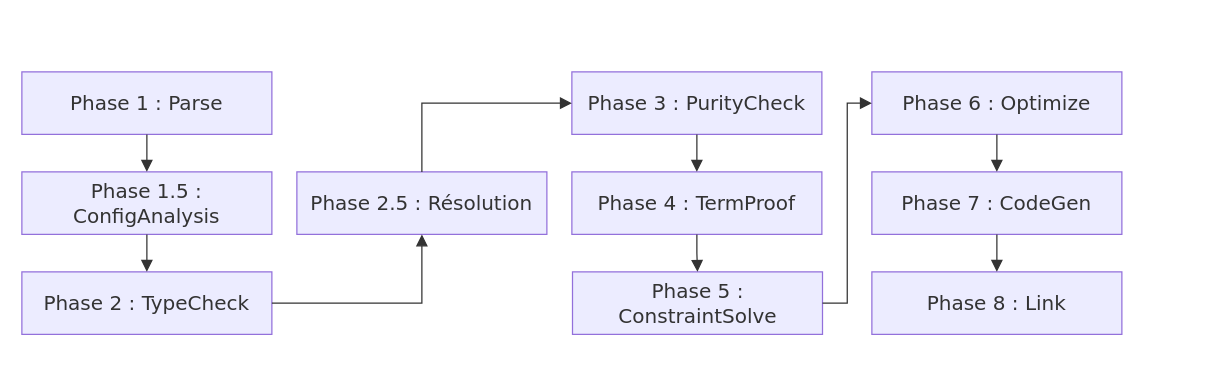
Above: spec/figures/sources/compilation-process.drawio in AntheaLiles/k7pl (draw.io), before the change. Source tidied: cells renumbered, new cells numbered last; positions are measured from the earlier drawing's top-left corner, leaving out a move shared by most shapes. Both pictures are drawn from the tidied source at 125%, with x=0, y=0 at pixel (21, 21).
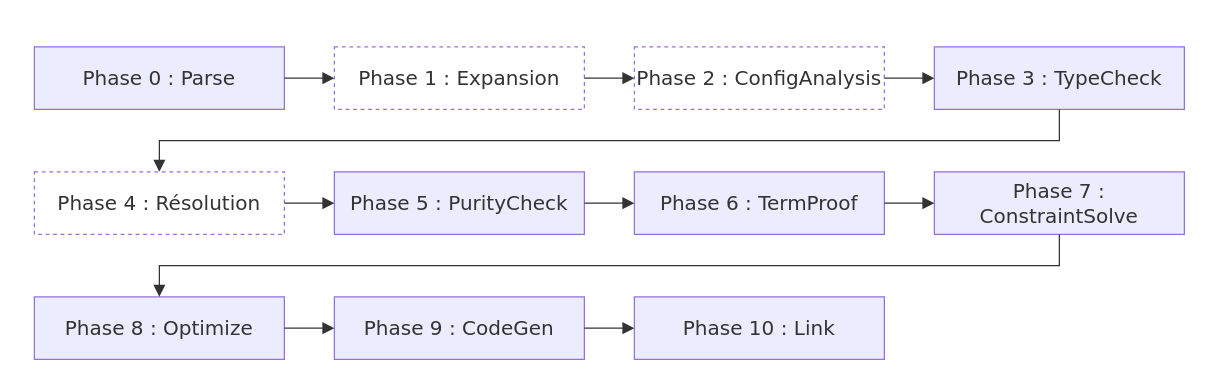
The same page after the edit.

The edit, as a diff of the source:
```diff
@@
-    <mxCell id="2" style="group;transparentBounds=1;editIcon=1;lockedGroup=0;groupPadding=10;" parent="1" vertex="1">
-      <mxGeometry width="210" height="220" as="geometry" />
-    </mxCell>
-    <mxCell id="3" value="Phase 1 : Parse" style="html=1;whiteSpace=wrap;strokeWidth=1;fillColor=light-dark(#ECECFF,#1f2020);strokeColor=light-dark(#9370DB,#cccccc);fontColor=light-dark(#333333,#cccccc);fontFamily=Trebuchet MS,Verdana,Arial,sans-serif;fontSize=16;" parent="2" vertex="1">
-      <mxGeometry y="40" width="200" height="50" as="geometry" />
-    </mxCell>
-    <mxCell id="4" value="Phase 1.5 : ConfigAnalysis" style="html=1;whiteSpace=wrap;strokeWidth=1;fillColor=light-dark(#ECECFF,#1f2020);strokeColor=light-dark(#9370DB,#cccccc);fontColor=light-dark(#333333,#cccccc);fontFamily=Trebuchet MS,Verdana,Arial,sans-serif;fontSize=16;" parent="2" vertex="1">
-      <mxGeometry y="120" width="200" height="50" as="geometry" />
-    </mxCell>
-    <mxCell id="5" value="Phase 2 : TypeCheck" style="html=1;whiteSpace=wrap;strokeWidth=1;fillColor=light-dark(#ECECFF,#1f2020);strokeColor=light-dark(#9370DB,#cccccc);fontColor=light-dark(#333333,#cccccc);fontFamily=Trebuchet MS,Verdana,Arial,sans-serif;fontSize=16;" parent="2" vertex="1">
-      <mxGeometry y="200" width="200" height="50" as="geometry" />
-    </mxCell>
-    <mxCell id="6" value="Phase 2.5 : Résolution" style="html=1;whiteSpace=wrap;strokeWidth=1;fillColor=light-dark(#ECECFF,#1f2020);strokeColor=light-dark(#9370DB,#cccccc);fontColor=light-dark(#333333,#cccccc);fontFamily=Trebuchet MS,Verdana,Arial,sans-serif;fontSize=16;" parent="2" vertex="1">
-      <mxGeometry x="220" y="120" width="200" height="50" as="geometry" />
-    </mxCell>
-    <mxCell id="7" value="Phase 3 : PurityCheck" style="html=1;whiteSpace=wrap;strokeWidth=1;fillColor=light-dark(#ECECFF,#1f2020);strokeColor=light-dark(#9370DB,#cccccc);fontColor=light-dark(#333333,#cccccc);fontFamily=Trebuchet MS,Verdana,Arial,sans-serif;fontSize=16;" parent="2" vertex="1">
-      <mxGeometry x="440" y="40" width="200" height="50" as="geometry" />
-    </mxCell>
-    <mxCell id="8" value="Phase 4 : TermProof" style="html=1;whiteSpace=wrap;strokeWidth=1;fillColor=light-dark(#ECECFF,#1f2020);strokeColor=light-dark(#9370DB,#cccccc);fontColor=light-dark(#333333,#cccccc);fontFamily=Trebuchet MS,Verdana,Arial,sans-serif;fontSize=16;" parent="2" vertex="1">
-      <mxGeometry x="440" y="120" width="200" height="50" as="geometry" />
-    </mxCell>
-    <mxCell id="9" value="Phase 5 : ConstraintSolve" style="html=1;whiteSpace=wrap;strokeWidth=1;fillColor=light-dark(#ECECFF,#1f2020);strokeColor=light-dark(#9370DB,#cccccc);fontColor=light-dark(#333333,#cccccc);fontFamily=Trebuchet MS,Verdana,Arial,sans-serif;fontSize=16;" parent="2" vertex="1">
-      <mxGeometry x="440.5" y="200" width="200" height="50" as="geometry" />
-    </mxCell>
-    <mxCell id="10" value="Phase 6 : Optimize" style="html=1;whiteSpace=wrap;strokeWidth=1;fillColor=light-dark(#ECECFF,#1f2020);strokeColor=light-dark(#9370DB,#cccccc);fontColor=light-dark(#333333,#cccccc);fontFamily=Trebuchet MS,Verdana,Arial,sans-serif;fontSize=16;" parent="2" vertex="1">
-      <mxGeometry x="680" y="40" width="200" height="50" as="geometry" />
-    </mxCell>
-    <mxCell id="11" value="Phase 7 : CodeGen" style="html=1;whiteSpace=wrap;strokeWidth=1;fillColor=light-dark(#ECECFF,#1f2020);strokeColor=light-dark(#9370DB,#cccccc);fontColor=light-dark(#333333,#cccccc);fontFamily=Trebuchet MS,Verdana,Arial,sans-serif;fontSize=16;" parent="2" vertex="1">
-      <mxGeometry x="680" y="120" width="200" height="50" as="geometry" />
-    </mxCell>
-    <mxCell id="12" value="Phase 8 : Link" style="html=1;whiteSpace=wrap;strokeWidth=1;fillColor=light-dark(#ECECFF,#1f2020);strokeColor=light-dark(#9370DB,#cccccc);fontColor=light-dark(#333333,#cccccc);fontFamily=Trebuchet MS,Verdana,Arial,sans-serif;fontSize=16;" parent="2" vertex="1">
-      <mxGeometry x="680" y="200" width="200" height="50" as="geometry" />
-    </mxCell>
-    <mxCell id="13" style="curved=1;startArrow=none;endArrow=block;endSize=7;strokeColor=light-dark(#333333,#cccccc);rounded=0;" parent="2" edge="1" source="3" target="4">
-      <mxGeometry relative="1" as="geometry" />
-    </mxCell>
-    <mxCell id="14" style="startArrow=none;endArrow=block;endSize=7;strokeColor=light-dark(#333333,#cccccc);rounded=0;edgeStyle=elbowEdgeStyle;" parent="2" edge="1" source="4" target="5">
-      <mxGeometry relative="1" as="geometry" />
-    </mxCell>
-    <mxCell id="15" style="startArrow=none;endArrow=block;endSize=7;strokeColor=light-dark(#333333,#cccccc);rounded=0;edgeStyle=orthogonalEdgeStyle;" parent="2" edge="1" source="5" target="6">
-      <mxGeometry relative="1" as="geometry" />
-    </mxCell>
-    <mxCell id="16" style="startArrow=none;endArrow=block;endSize=7;strokeColor=light-dark(#333333,#cccccc);rounded=0;edgeStyle=orthogonalEdgeStyle;entryX=0;entryY=0.5;entryDx=0;entryDy=0;exitX=0.5;exitY=0;exitDx=0;exitDy=0;" parent="2" edge="1" source="6" target="7">
-      <mxGeometry relative="1" as="geometry">
-        <Array as="points">
-          <mxPoint x="320" y="65" />
-        </Array>
-      </mxGeometry>
-    </mxCell>
-    <mxCell id="17" style="curved=1;startArrow=none;endArrow=block;endSize=7;strokeColor=light-dark(#333333,#cccccc);rounded=0;" parent="2" edge="1" source="7" target="8">
-      <mxGeometry relative="1" as="geometry" />
-    </mxCell>
-    <mxCell id="18" style="startArrow=none;endArrow=block;endSize=7;strokeColor=light-dark(#333333,#cccccc);rounded=0;edgeStyle=orthogonalEdgeStyle;" parent="2" edge="1" source="8" target="9">
-      <mxGeometry relative="1" as="geometry" />
-    </mxCell>
-    <mxCell id="19" style="startArrow=none;endArrow=block;endSize=7;strokeColor=light-dark(#333333,#cccccc);rounded=0;exitX=1;exitY=0.5;exitDx=0;exitDy=0;entryX=0;entryY=0.5;entryDx=0;entryDy=0;edgeStyle=orthogonalEdgeStyle;" parent="2" edge="1" source="9" target="10">
-      <mxGeometry relative="1" as="geometry" />
-    </mxCell>
-    <mxCell id="20" style="startArrow=none;endArrow=block;endSize=7;strokeColor=light-dark(#333333,#cccccc);rounded=0;edgeStyle=orthogonalEdgeStyle;" parent="2" edge="1" source="10" target="11">
-      <mxGeometry relative="1" as="geometry" />
-    </mxCell>
-    <mxCell id="21" style="curved=1;startArrow=none;endArrow=block;endSize=7;strokeColor=light-dark(#333333,#cccccc);rounded=0;" parent="2" edge="1" source="11" target="12">
-      <mxGeometry relative="1" as="geometry" />
-    </mxCell>
+    <mxCell id="22" value="Phase 0 : Parse" style="html=1;whiteSpace=wrap;strokeWidth=1;fillColor=light-dark(#ECECFF,#1f2020);strokeColor=light-dark(#9370DB,#cccccc);fontColor=light-dark(#333333,#cccccc);fontFamily=Trebuchet MS,Verdana,Arial,sans-serif;fontSize=16;" parent="1" vertex="1">
+      <mxGeometry x="10" y="20" width="200" height="50" as="geometry" />
+    </mxCell>
+    <mxCell id="23" value="Phase 1 : Expansion" style="html=1;whiteSpace=wrap;strokeWidth=1;fillColor=light-dark(#ECECFF,#1f2020);strokeColor=light-dark(#9370DB,#cccccc);fontColor=light-dark(#333333,#cccccc);fontFamily=Trebuchet MS,Verdana,Arial,sans-serif;fontSize=16;dashed=1;fillColor=light-dark(#FFFFFF,#1f2020);" parent="1" vertex="1">
+      <mxGeometry x="250" y="20" width="200" height="50" as="geometry" />
+    </mxCell>
+    <mxCell id="24" value="Phase 2 : ConfigAnalysis" style="html=1;whiteSpace=wrap;strokeWidth=1;fillColor=light-dark(#ECECFF,#1f2020);strokeColor=light-dark(#9370DB,#cccccc);fontColor=light-dark(#333333,#cccccc);fontFamily=Trebuchet MS,Verdana,Arial,sans-serif;fontSize=16;dashed=1;fillColor=light-dark(#FFFFFF,#1f2020);" parent="1" vertex="1">
+      <mxGeometry x="490" y="20" width="200" height="50" as="geometry" />
+    </mxCell>
+    <mxCell id="25" value="Phase 3 : TypeCheck" style="html=1;whiteSpace=wrap;strokeWidth=1;fillColor=light-dark(#ECECFF,#1f2020);strokeColor=light-dark(#9370DB,#cccccc);fontColor=light-dark(#333333,#cccccc);fontFamily=Trebuchet MS,Verdana,Arial,sans-serif;fontSize=16;" parent="1" vertex="1">
+      <mxGeometry x="730" y="20" width="200" height="50" as="geometry" />
+    </mxCell>
+    <mxCell id="26" value="Phase 4 : Résolution" style="html=1;whiteSpace=wrap;strokeWidth=1;fillColor=light-dark(#ECECFF,#1f2020);strokeColor=light-dark(#9370DB,#cccccc);fontColor=light-dark(#333333,#cccccc);fontFamily=Trebuchet MS,Verdana,Arial,sans-serif;fontSize=16;dashed=1;fillColor=light-dark(#FFFFFF,#1f2020);" parent="1" vertex="1">
+      <mxGeometry x="10" y="120" width="200" height="50" as="geometry" />
+    </mxCell>
+    <mxCell id="27" value="Phase 5 : PurityCheck" style="html=1;whiteSpace=wrap;strokeWidth=1;fillColor=light-dark(#ECECFF,#1f2020);strokeColor=light-dark(#9370DB,#cccccc);fontColor=light-dark(#333333,#cccccc);fontFamily=Trebuchet MS,Verdana,Arial,sans-serif;fontSize=16;" parent="1" vertex="1">
+      <mxGeometry x="250" y="120" width="200" height="50" as="geometry" />
+    </mxCell>
+    <mxCell id="28" value="Phase 6 : TermProof" style="html=1;whiteSpace=wrap;strokeWidth=1;fillColor=light-dark(#ECECFF,#1f2020);strokeColor=light-dark(#9370DB,#cccccc);fontColor=light-dark(#333333,#cccccc);fontFamily=Trebuchet MS,Verdana,Arial,sans-serif;fontSize=16;" parent="1" vertex="1">
+      <mxGeometry x="490" y="120" width="200" height="50" as="geometry" />
+    </mxCell>
+    <mxCell id="29" value="Phase 7 : ConstraintSolve" style="html=1;whiteSpace=wrap;strokeWidth=1;fillColor=light-dark(#ECECFF,#1f2020);strokeColor=light-dark(#9370DB,#cccccc);fontColor=light-dark(#333333,#cccccc);fontFamily=Trebuchet MS,Verdana,Arial,sans-serif;fontSize=16;" parent="1" vertex="1">
+      <mxGeometry x="730" y="120" width="200" height="50" as="geometry" />
+    </mxCell>
+    <mxCell id="30" value="Phase 8 : Optimize" style="html=1;whiteSpace=wrap;strokeWidth=1;fillColor=light-dark(#ECECFF,#1f2020);strokeColor=light-dark(#9370DB,#cccccc);fontColor=light-dark(#333333,#cccccc);fontFamily=Trebuchet MS,Verdana,Arial,sans-serif;fontSize=16;" parent="1" vertex="1">
+      <mxGeometry x="10" y="220" width="200" height="50" as="geometry" />
+    </mxCell>
+    <mxCell id="31" value="Phase 9 : CodeGen" style="html=1;whiteSpace=wrap;strokeWidth=1;fillColor=light-dark(#ECECFF,#1f2020);strokeColor=light-dark(#9370DB,#cccccc);fontColor=light-dark(#333333,#cccccc);fontFamily=Trebuchet MS,Verdana,Arial,sans-serif;fontSize=16;" parent="1" vertex="1">
+      <mxGeometry x="250" y="220" width="200" height="50" as="geometry" />
+    </mxCell>
+    <mxCell id="32" value="Phase 10 : Link" style="html=1;whiteSpace=wrap;strokeWidth=1;fillColor=light-dark(#ECECFF,#1f2020);strokeColor=light-dark(#9370DB,#cccccc);fontColor=light-dark(#333333,#cccccc);fontFamily=Trebuchet MS,Verdana,Arial,sans-serif;fontSize=16;" parent="1" vertex="1">
+      <mxGeometry x="490" y="220" width="200" height="50" as="geometry" />
+    </mxCell>
+    <mxCell id="33" style="startArrow=none;endArrow=block;endSize=7;strokeColor=light-dark(#333333,#cccccc);rounded=0;edgeStyle=orthogonalEdgeStyle;" parent="1" edge="1" source="22" target="23">
+      <mxGeometry relative="1" as="geometry" />
+    </mxCell>
+    <mxCell id="34" style="startArrow=none;endArrow=block;endSize=7;strokeColor=light-dark(#333333,#cccccc);rounded=0;edgeStyle=orthogonalEdgeStyle;" parent="1" edge="1" source="23" target="24">
+      <mxGeometry relative="1" as="geometry" />
+    </mxCell>
+    <mxCell id="35" style="startArrow=none;endArrow=block;endSize=7;strokeColor=light-dark(#333333,#cccccc);rounded=0;edgeStyle=orthogonalEdgeStyle;" parent="1" edge="1" source="24" target="25">
+      <mxGeometry relative="1" as="geometry" />
+    </mxCell>
+    <mxCell id="36" style="startArrow=none;endArrow=block;endSize=7;strokeColor=light-dark(#333333,#cccccc);rounded=0;edgeStyle=orthogonalEdgeStyle;exitX=0.5;exitY=1;entryX=0.5;entryY=0;" parent="1" edge="1" source="25" target="26">
+      <mxGeometry relative="1" as="geometry">
+        <Array as="points">
+          <mxPoint x="830" y="95" />
+          <mxPoint x="110" y="95" />
+        </Array>
+      </mxGeometry>
+    </mxCell>
+    <mxCell id="37" style="startArrow=none;endArrow=block;endSize=7;strokeColor=light-dark(#333333,#cccccc);rounded=0;edgeStyle=orthogonalEdgeStyle;" parent="1" edge="1" source="26" target="27">
+      <mxGeometry relative="1" as="geometry" />
+    </mxCell>
+    <mxCell id="38" style="startArrow=none;endArrow=block;endSize=7;strokeColor=light-dark(#333333,#cccccc);rounded=0;edgeStyle=orthogonalEdgeStyle;" parent="1" edge="1" source="27" target="28">
+      <mxGeometry relative="1" as="geometry" />
+    </mxCell>
+    <mxCell id="39" style="startArrow=none;endArrow=block;endSize=7;strokeColor=light-dark(#333333,#cccccc);rounded=0;edgeStyle=orthogonalEdgeStyle;" parent="1" edge="1" source="28" target="29">
+      <mxGeometry relative="1" as="geometry" />
+    </mxCell>
+    <mxCell id="40" style="startArrow=none;endArrow=block;endSize=7;strokeColor=light-dark(#333333,#cccccc);rounded=0;edgeStyle=orthogonalEdgeStyle;exitX=0.5;exitY=1;entryX=0.5;entryY=0;" parent="1" edge="1" source="29" target="30">
+      <mxGeometry relative="1" as="geometry">
+        <Array as="points">
+          <mxPoint x="830" y="195" />
+          <mxPoint x="110" y="195" />
+        </Array>
+      </mxGeometry>
+    </mxCell>
+    <mxCell id="41" style="startArrow=none;endArrow=block;endSize=7;strokeColor=light-dark(#333333,#cccccc);rounded=0;edgeStyle=orthogonalEdgeStyle;" parent="1" edge="1" source="30" target="31">
+      <mxGeometry relative="1" as="geometry" />
+    </mxCell>
+    <mxCell id="42" style="startArrow=none;endArrow=block;endSize=7;strokeColor=light-dark(#333333,#cccccc);rounded=0;edgeStyle=orthogonalEdgeStyle;" parent="1" edge="1" source="31" target="32">
+      <mxGeometry relative="1" as="geometry" />
+    </mxCell>
```
